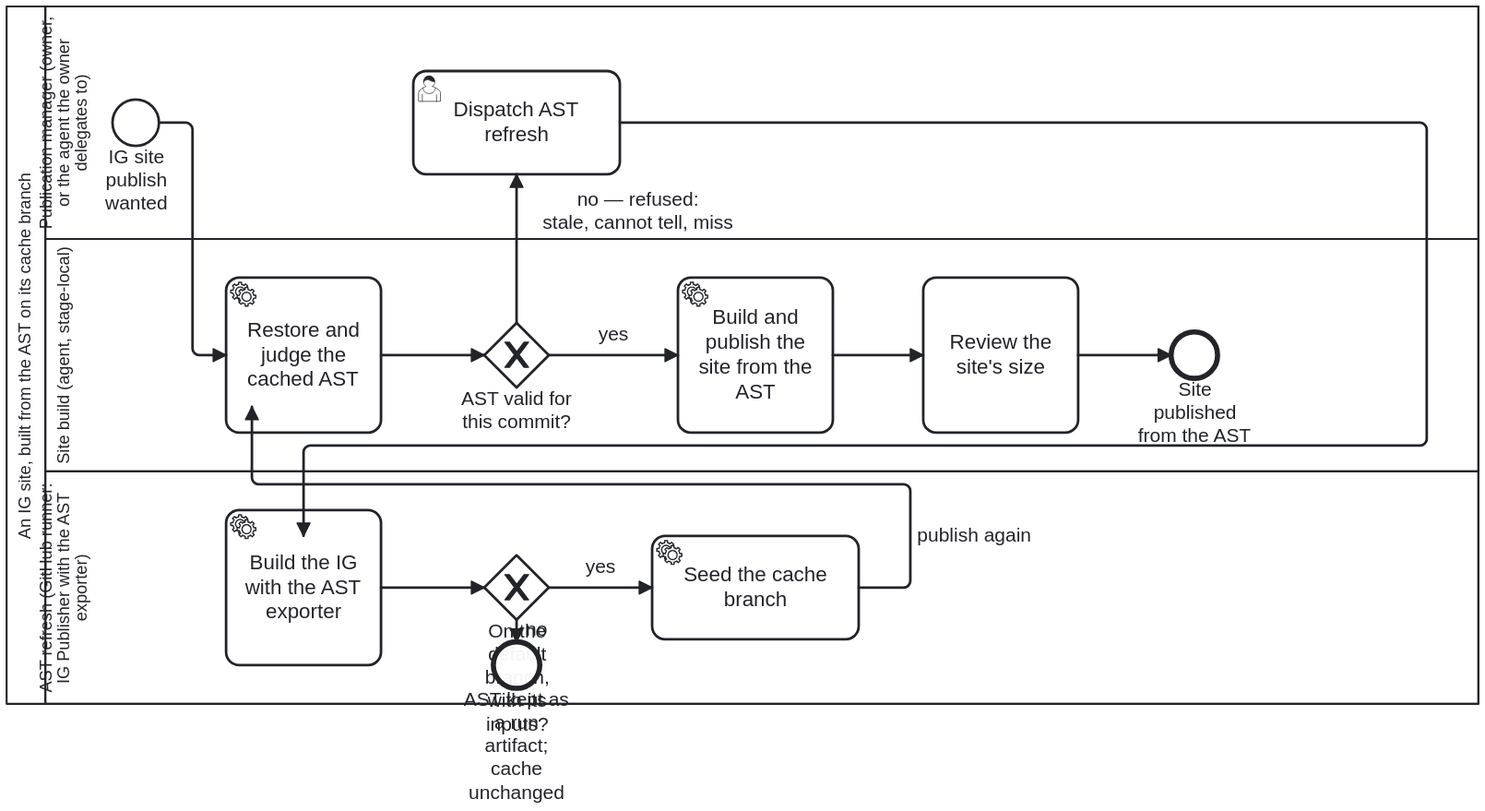
litlfred/fhir-harness keeps this BPMN diagram as processes/content/ig-ast-cache.svg. Above is the earlier version. Its source is kept beside it as processes/content/ig-ast-cache.bpmn. Ids are renumbered.
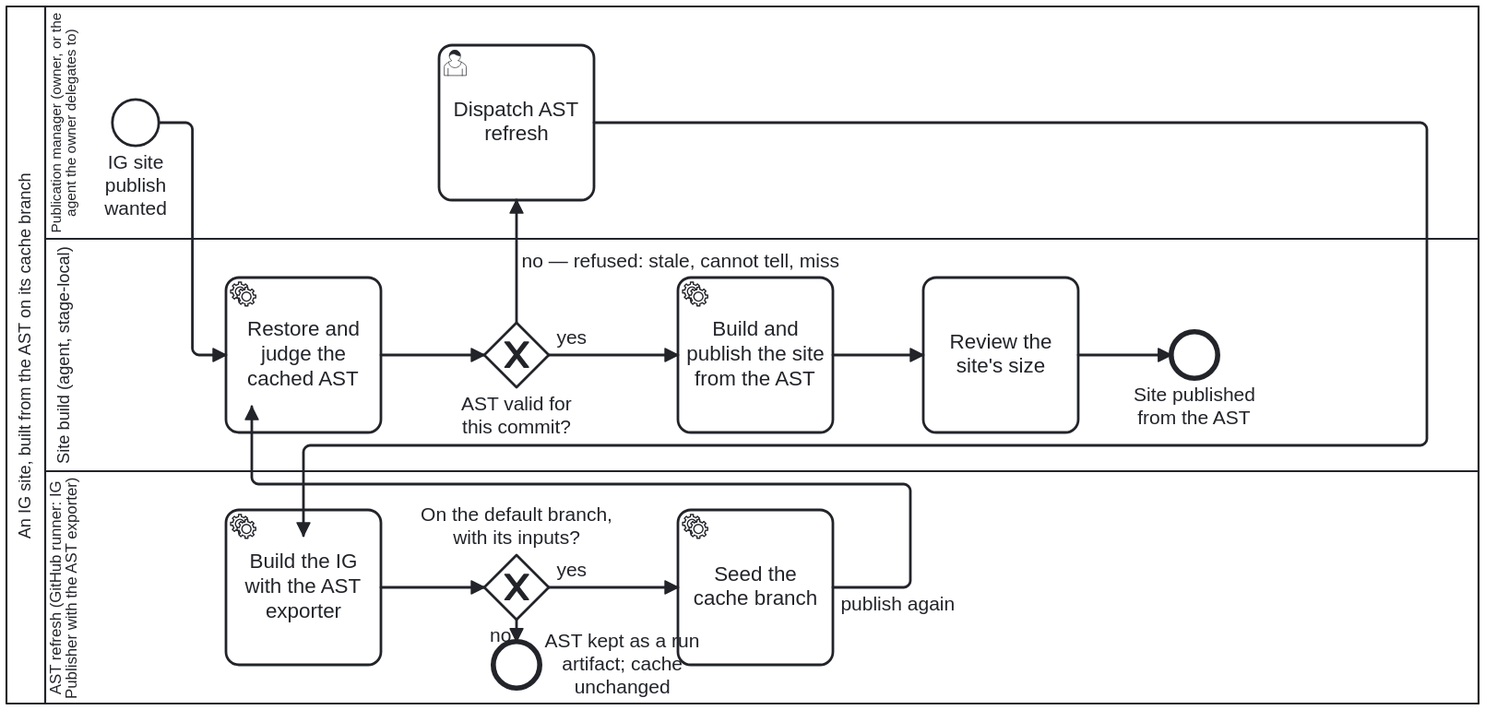
After the change.

Diff of the diagram source:
```diff
@@ -166,7 +166,7 @@
         <dc:Bounds x="962" y="312" width="36" height="36" />
       </bpmndi:BPMNShape>
       <bpmndi:BPMNShape id="Shape_Task_Dispatch" bpmnElement="Task_Dispatch">
-        <dc:Bounds x="375" y="110" width="160" height="80" />
+        <dc:Bounds x="395" y="90" width="120" height="120" />
       </bpmndi:BPMNShape>
       <bpmndi:BPMNShape id="Shape_Task_Export" bpmnElement="Task_Export">
         <dc:Bounds x="230" y="450" width="120" height="120" />
@@ -175,7 +175,7 @@
         <dc:Bounds x="430" y="485" width="50" height="50" />
       </bpmndi:BPMNShape>
       <bpmndi:BPMNShape id="Shape_Task_Seed" bpmnElement="Task_Seed">
-        <dc:Bounds x="560" y="470" width="160" height="80" />
+        <dc:Bounds x="580" y="450" width="120" height="120" />
       </bpmndi:BPMNShape>
       <bpmndi:BPMNShape id="Shape_End_NotSeeded" bpmnElement="End_NotSeeded">
         <dc:Bounds x="437" y="552" width="36" height="36" />
@@ -195,8 +195,8 @@
         <di:waypoint x="580" y="330" />
       </bpmndi:BPMNEdge>
       <bpmndi:BPMNEdge id="Edge_Flow_4" bpmnElement="Flow_4">
-        <di:waypoint x="455" y="305"/>
-        <di:waypoint x="455" y="190"/>
+        <di:waypoint x="455" y="305" />
+        <di:waypoint x="455" y="210" />
         <bpmndi:BPMNLabel><dc:Bounds x="459" y="200.75" width="180" height="36" /></bpmndi:BPMNLabel>
       </bpmndi:BPMNEdge>
       <bpmndi:BPMNEdge id="Edge_Flow_5" bpmnElement="Flow_5">
@@ -208,7 +208,7 @@
         <di:waypoint x="962" y="330" />
       </bpmndi:BPMNEdge>
       <bpmndi:BPMNEdge id="Edge_Flow_6" bpmnElement="Flow_6">
-        <di:waypoint x="535" y="150" />
+        <di:waypoint x="515" y="150" />
         <di:waypoint x="1160" y="150" />
         <di:waypoint x="1160" y="400" />
         <di:waypoint x="290" y="400" />
@@ -219,11 +219,11 @@
         <di:waypoint x="430" y="510" />
       </bpmndi:BPMNEdge>
       <bpmndi:BPMNEdge id="Edge_Flow_8" bpmnElement="Flow_8">
-        <di:waypoint x="480" y="510"/>
-        <di:waypoint x="560" y="510"/>
+        <di:waypoint x="480" y="510" />
+        <di:waypoint x="580" y="510" />
       </bpmndi:BPMNEdge>
       <bpmndi:BPMNEdge id="Edge_Flow_9" bpmnElement="Flow_9">
-        <di:waypoint x="720" y="510" />
+        <di:waypoint x="700" y="510" />
         <di:waypoint x="760" y="510" />
         <di:waypoint x="760" y="430" />
         <di:waypoint x="250" y="430" />
```
